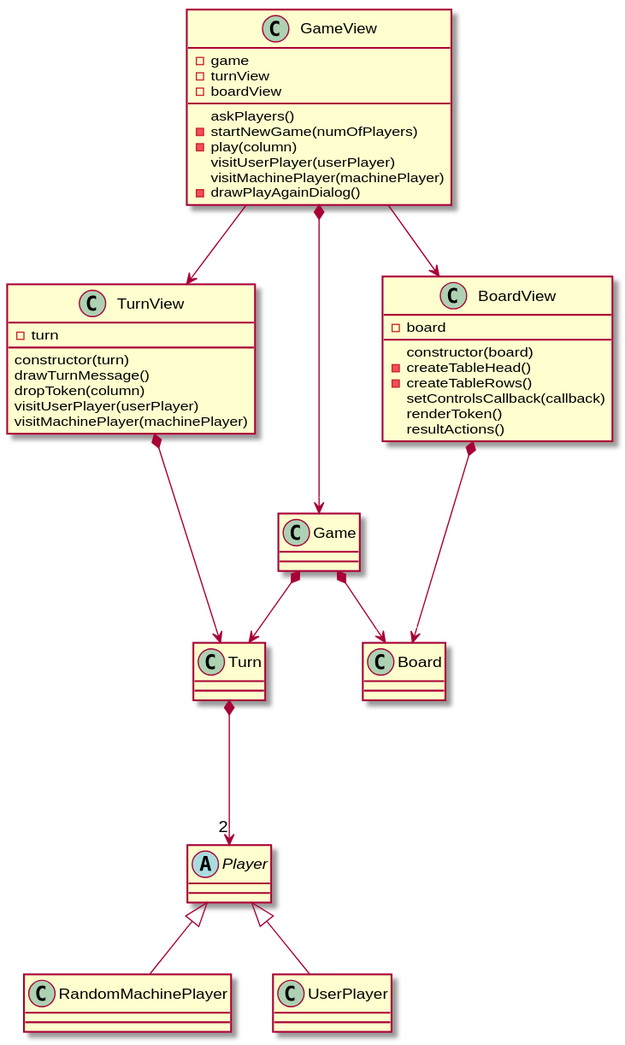
This is src/uml/Connect4.svg from EscuelaIt/Conecta-4-soluci-n-de-Nelson, a PlantUML export, as it was before one commit.
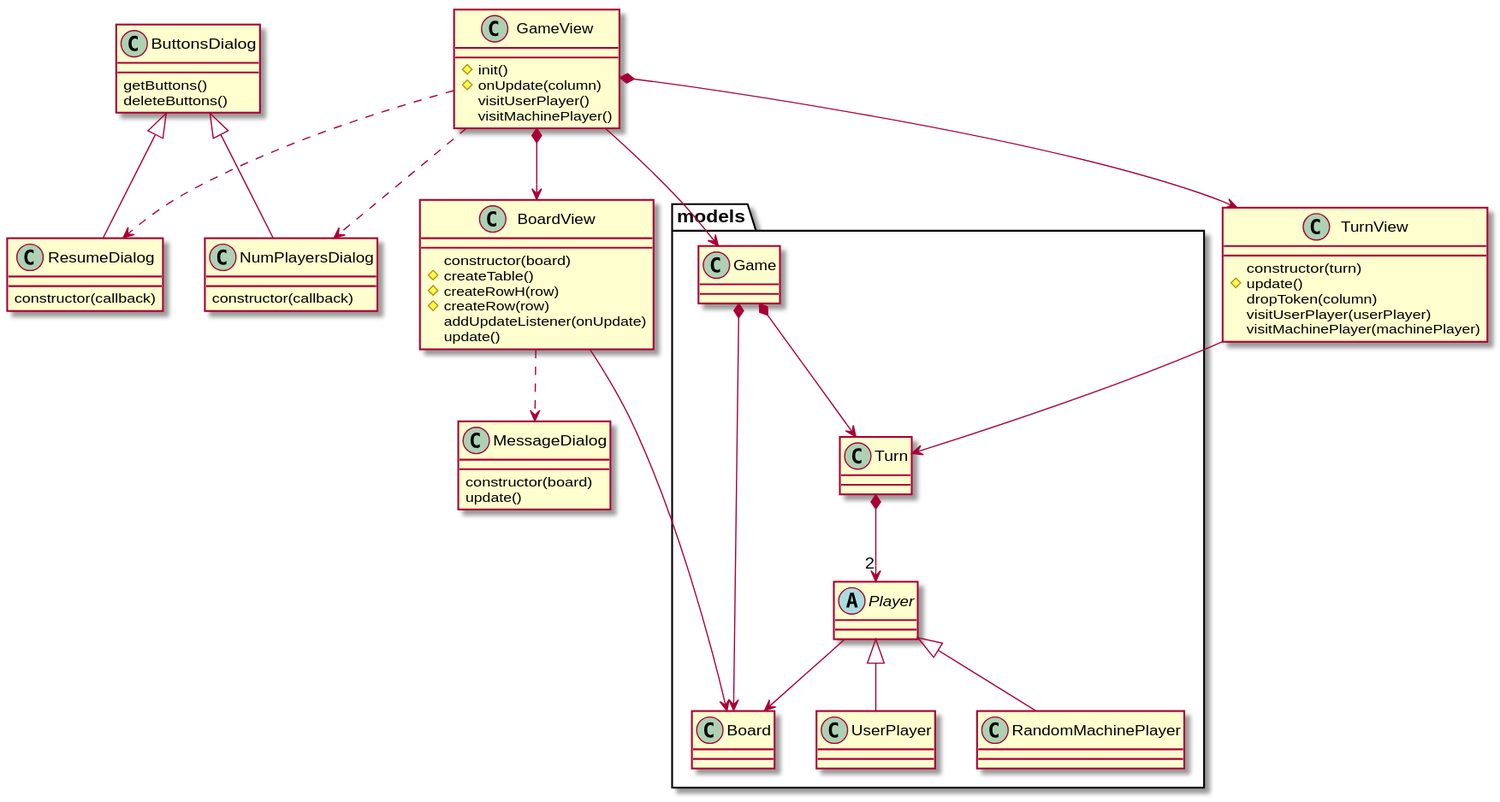
Above is the later version.

The edit, as a diff of the source:
```diff
@@ -1,45 +1,73 @@
 @startuml
-class GameView{
--game
--turnView
--boardView
-askPlayers()
--startNewGame(numOfPlayers)
--play(column)
-visitUserPlayer(userPlayer)
-visitMachinePlayer(machinePlayer)
--drawPlayAgainDialog()
-}
-class TurnView{
--turn
-constructor(turn)
-drawTurnMessage()
-dropToken(column)
-visitUserPlayer(userPlayer)
-visitMachinePlayer(machinePlayer)
-}
-class BoardView{
--board
-constructor(board)
--createTableHead()
--createTableRows()
-setControlsCallback(callback)
-renderToken()
-resultActions()
+
+class GameView {
+  #init()
+  #onUpdate(column)
+  visitUserPlayer()
+  visitMachinePlayer()
 }
 
-Abstract    class Player
+GameView ..> NumPlayersDialog
+GameView ..> ResumeDialog
+
+class NumPlayersDialog extends ButtonsDialog {
+    constructor(callback)
+}
+
+class ResumeDialog extends ButtonsDialog {
+    constructor(callback)
+}
+
+class ResumeDialog
+
+class BoardView {
+  constructor(board)
+  #createTable()
+  #createRowH(row)
+  #createRow(row)
+  addUpdateListener(onUpdate)
+  update()
+}
+
+ class MessageDialog {
+    constructor(board)
+    update()
+}
+
+
+BoardView ..> MessageDialog
+
+class TurnView {
+  constructor(turn)
+  #update()
+  dropToken(column)
+  visitUserPlayer(userPlayer)
+  visitMachinePlayer(machinePlayer)
+}
+
+class ButtonsDialog {
+    getButtons()
+    deleteButtons()
+}
+
+package models {
+class Game
+class Turn
+abstract class Player
 class RandomMachinePlayer
 class UserPlayer
+class Board
+}
 
-GameView *---> Game
-GameView -> TurnView
-GameView -> BoardView
-BoardView *--> Board
-TurnView *--> Turn
-Turn *---> "2" Player
-Game *--> Turn
-Game *--> Board
+GameView -down-> Game
+GameView *-down-> TurnView
+GameView *-down-> BoardView
+BoardView -down-> Board
+TurnView -down-> Turn
+Game *-down-> Turn
+Turn *-down-> "2" Player
+Game *-down-> Board
+Player -down-> Board
 Player <|-- RandomMachinePlayer
 Player <|-- UserPlayer
 
```
